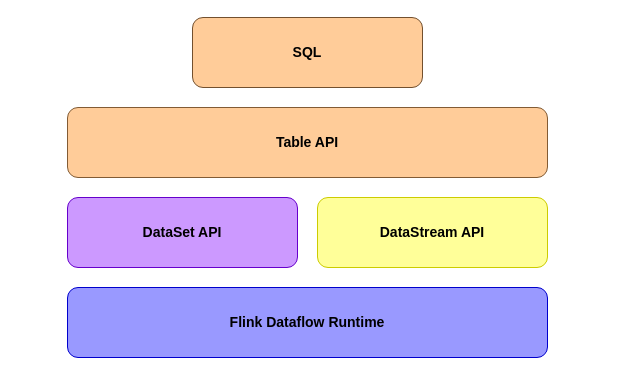
The draw.io diagram flink/Untitled Diagram.drawio in llrrbaba/BlogList, before the edit. Source tidied: cells renumbered, new cells numbered last; positions are measured from the earlier drawing's top-left corner, leaving out a move shared by most shapes. Both pictures are drawn from the tidied source at 100%, with x=0, y=0 at pixel (67, 17).
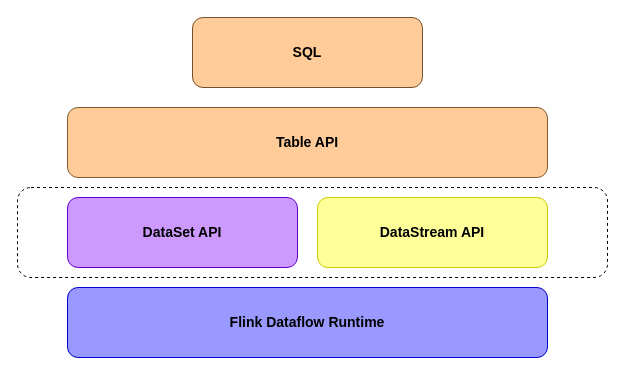
After the change.

Change to the diagram source:
```diff
@@
 <mxGraphModel>
   <root>
     <mxCell id="0" />
     <mxCell id="1" parent="0" />
     <mxCell id="2" value="&lt;span style=&quot;font-size: 14px&quot;&gt;&lt;b&gt;Table API&lt;/b&gt;&lt;/span&gt;" style="rounded=1;whiteSpace=wrap;html=1;fillColor=#FFCC99;strokeColor=#825B34;" parent="1" vertex="1">
       <mxGeometry y="90" width="480" height="70" as="geometry" />
     </mxCell>
     <mxCell id="3" value="&lt;b&gt;&lt;font style=&quot;font-size: 14px&quot;&gt;DataSet API&lt;/font&gt;&lt;/b&gt;" style="rounded=1;whiteSpace=wrap;html=1;fillColor=#CC99FF;strokeColor=#6600CC;" parent="1" vertex="1">
       <mxGeometry y="180" width="230" height="70" as="geometry" />
     </mxCell>
     <mxCell id="4" value="&lt;b&gt;&lt;font style=&quot;font-size: 14px&quot;&gt;DataStream API&lt;/font&gt;&lt;/b&gt;" style="rounded=1;whiteSpace=wrap;html=1;fillColor=#FFFF99;strokeColor=#CCCC00;" parent="1" vertex="1">
       <mxGeometry x="250" y="180" width="230" height="70" as="geometry" />
     </mxCell>
     <mxCell id="5" value="&lt;b&gt;&lt;font style=&quot;font-size: 14px&quot;&gt;SQL&lt;/font&gt;&lt;/b&gt;" style="rounded=1;whiteSpace=wrap;html=1;fillColor=#FFCC99;strokeColor=#73502E;" parent="1" vertex="1">
       <mxGeometry x="125" width="230" height="70" as="geometry" />
     </mxCell>
     <mxCell id="6" value="&lt;span style=&quot;font-size: 14px&quot;&gt;&lt;b&gt;Flink Dataflow Runtime&lt;/b&gt;&lt;/span&gt;" style="rounded=1;whiteSpace=wrap;html=1;fillColor=#9999FF;strokeColor=#0000CC;" parent="1" vertex="1">
       <mxGeometry y="270" width="480" height="70" as="geometry" />
     </mxCell>
+    <mxCell id="7" style="rounded=1;whiteSpace=wrap;html=1;strokeColor=#000000;fillColor=none;dashed=1;" parent="1" vertex="1">
+      <mxGeometry x="-50" y="170" width="590" height="90" as="geometry" />
+    </mxCell>
   </root>
 </mxGraphModel>
```
